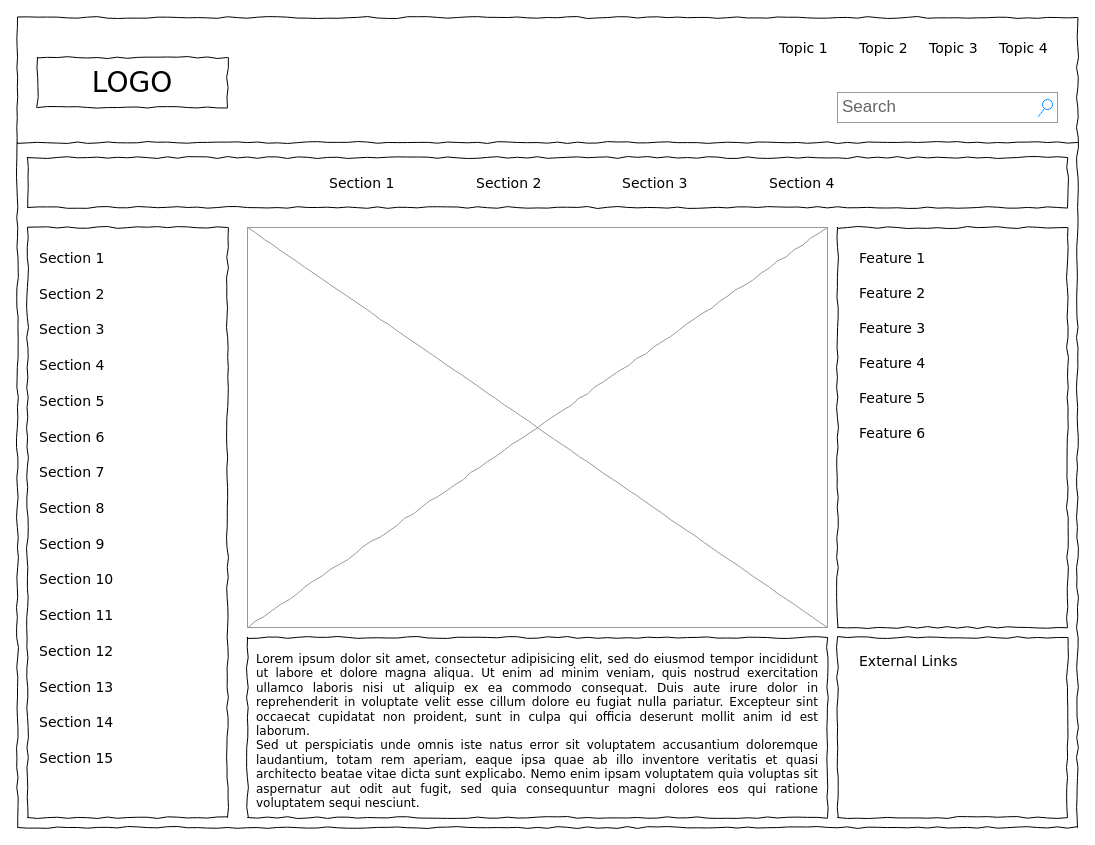
Aendrous/diagrams keeps this draw.io diagram as Dashboard Review PUD Diagram.drawio. Above is the earlier version. Source tidied: cells renumbered, new cells numbered last; positions are measured from the earlier drawing's top-left corner, leaving out a move shared by most shapes. Both pictures are drawn from the tidied source at 100%, with x=0, y=0 at pixel (17, 17). Pictures stored in the file or linked from it are replaced by grey dashed boxes.
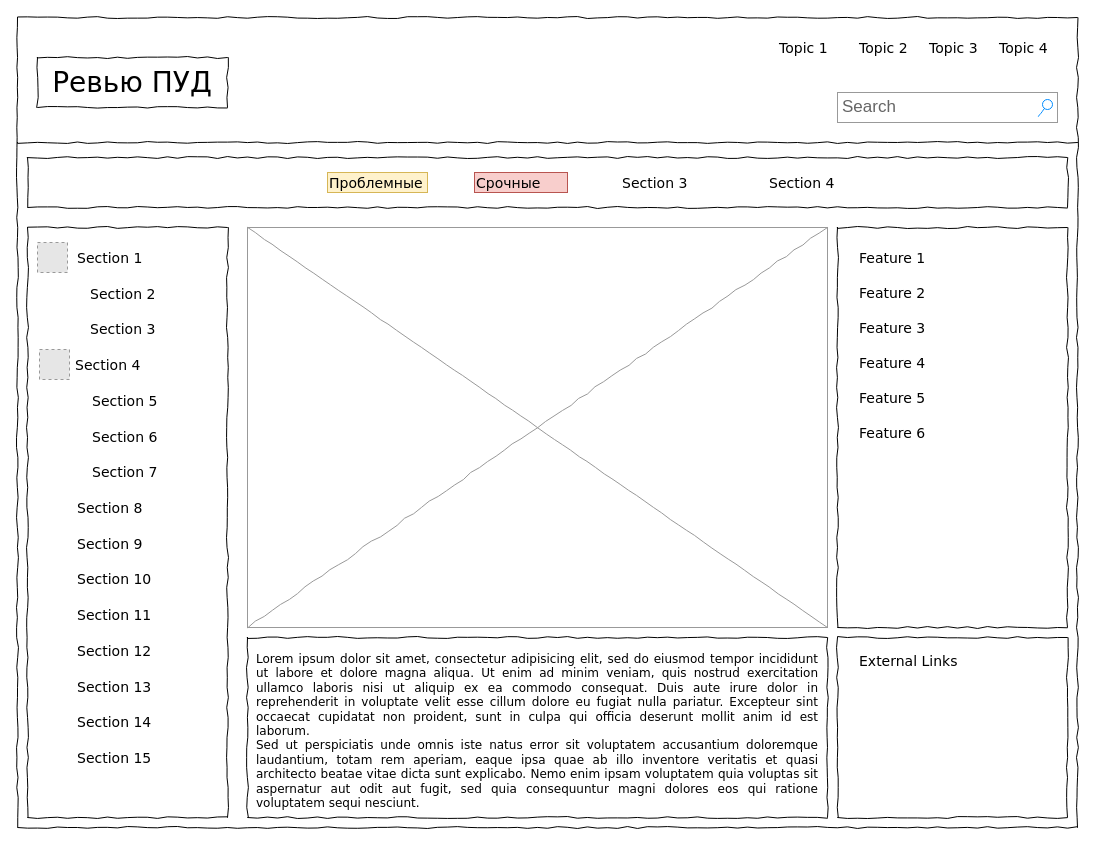
Above is the later version.

Diff of the diagram source:
```diff
@@
-    <mxCell id="3" value="LOGO" style="whiteSpace=wrap;html=1;rounded=0;shadow=0;labelBackgroundColor=none;strokeWidth=1;fontFamily=Verdana;fontSize=28;align=center;comic=1;" parent="1" vertex="1">
+    <mxCell id="3" value="Ревью ПУД" style="whiteSpace=wrap;html=1;rounded=0;shadow=0;labelBackgroundColor=none;strokeWidth=1;fontFamily=Verdana;fontSize=28;align=center;comic=1;" parent="1" vertex="1">
       <mxGeometry x="20" y="40" width="190" height="50" as="geometry" />
     </mxCell>
@@
-    <mxCell id="12" value="Section 1" style="text;html=1;align=left;verticalAlign=top;spacingTop=-4;fontSize=14;fontFamily=Verdana;" parent="1" vertex="1">
-      <mxGeometry x="310" y="155" width="60" height="20" as="geometry" />
+    <mxCell id="12" value="Проблемные" style="text;html=1;align=left;verticalAlign=top;spacingTop=-4;fontSize=14;fontFamily=Verdana;fillColor=#fff2cc;strokeColor=#d6b656;" parent="1" vertex="1">
+      <mxGeometry x="310" y="155" width="100" height="20" as="geometry" />
     </mxCell>
-    <mxCell id="13" value="Section 2" style="text;html=1;align=left;verticalAlign=top;spacingTop=-4;fontSize=14;fontFamily=Verdana;" parent="1" vertex="1">
-      <mxGeometry x="457" y="155" width="60" height="20" as="geometry" />
+    <mxCell id="13" value="Срочные" style="text;html=1;align=left;verticalAlign=top;spacingTop=-4;fontSize=14;fontFamily=Verdana;fillColor=#f8cecc;strokeColor=#b85450;" parent="1" vertex="1">
+      <mxGeometry x="457" y="155" width="93" height="20" as="geometry" />
     </mxCell>
@@
     <mxCell id="20" value="Section 1" style="text;html=1;align=left;verticalAlign=top;spacingTop=-4;fontSize=14;fontFamily=Verdana;" parent="1" vertex="1">
-      <mxGeometry x="20" y="230" width="170" height="20" as="geometry" />
+      <mxGeometry x="58" y="230" width="174" height="20" as="geometry" />
     </mxCell>
     <mxCell id="21" value="Section 2" style="text;html=1;align=left;verticalAlign=top;spacingTop=-4;fontSize=14;fontFamily=Verdana;" parent="1" vertex="1">
-      <mxGeometry x="20" y="266" width="170" height="20" as="geometry" />
+      <mxGeometry x="71" y="266" width="170" height="20" as="geometry" />
     </mxCell>
     <mxCell id="22" value="Section 3" style="text;html=1;align=left;verticalAlign=top;spacingTop=-4;fontSize=14;fontFamily=Verdana;" parent="1" vertex="1">
-      <mxGeometry x="20" y="301" width="170" height="20" as="geometry" />
+      <mxGeometry x="71" y="301" width="170" height="20" as="geometry" />
     </mxCell>
     <mxCell id="23" value="Section 4" style="text;html=1;align=left;verticalAlign=top;spacingTop=-4;fontSize=14;fontFamily=Verdana;" parent="1" vertex="1">
-      <mxGeometry x="20" y="337" width="170" height="20" as="geometry" />
+      <mxGeometry x="56" y="337" width="170" height="20" as="geometry" />
     </mxCell>
     <mxCell id="24" value="Section 7" style="text;html=1;align=left;verticalAlign=top;spacingTop=-4;fontSize=14;fontFamily=Verdana;" parent="1" vertex="1">
-      <mxGeometry x="20" y="444" width="170" height="20" as="geometry" />
+      <mxGeometry x="73" y="444" width="170" height="20" as="geometry" />
     </mxCell>
     <mxCell id="25" value="Section 8" style="text;html=1;align=left;verticalAlign=top;spacingTop=-4;fontSize=14;fontFamily=Verdana;" parent="1" vertex="1">
-      <mxGeometry x="20" y="480" width="170" height="20" as="geometry" />
+      <mxGeometry x="58" y="480" width="170" height="20" as="geometry" />
     </mxCell>
     <mxCell id="26" value="Section 9" style="text;html=1;align=left;verticalAlign=top;spacingTop=-4;fontSize=14;fontFamily=Verdana;" parent="1" vertex="1">
-      <mxGeometry x="20" y="516" width="170" height="20" as="geometry" />
+      <mxGeometry x="58" y="516" width="170" height="20" as="geometry" />
     </mxCell>
     <mxCell id="27" value="Section 10" style="text;html=1;align=left;verticalAlign=top;spacingTop=-4;fontSize=14;fontFamily=Verdana;" parent="1" vertex="1">
-      <mxGeometry x="20" y="551" width="170" height="20" as="geometry" />
+      <mxGeometry x="58" y="551" width="170" height="20" as="geometry" />
     </mxCell>
     <mxCell id="28" value="Section 11" style="text;html=1;align=left;verticalAlign=top;spacingTop=-4;fontSize=14;fontFamily=Verdana;" parent="1" vertex="1">
-      <mxGeometry x="20" y="587" width="170" height="20" as="geometry" />
+      <mxGeometry x="58" y="587" width="170" height="20" as="geometry" />
     </mxCell>
     <mxCell id="29" value="Section 12" style="text;html=1;align=left;verticalAlign=top;spacingTop=-4;fontSize=14;fontFamily=Verdana;" parent="1" vertex="1">
-      <mxGeometry x="20" y="623" width="170" height="20" as="geometry" />
+      <mxGeometry x="58" y="623" width="170" height="20" as="geometry" />
     </mxCell>
     <mxCell id="30" value="Section 13" style="text;html=1;align=left;verticalAlign=top;spacingTop=-4;fontSize=14;fontFamily=Verdana;" parent="1" vertex="1">
-      <mxGeometry x="20" y="659" width="170" height="20" as="geometry" />
+      <mxGeometry x="58" y="659" width="170" height="20" as="geometry" />
     </mxCell>
     <mxCell id="31" value="Section 14" style="text;html=1;align=left;verticalAlign=top;spacingTop=-4;fontSize=14;fontFamily=Verdana;" parent="1" vertex="1">
-      <mxGeometry x="20" y="694" width="170" height="20" as="geometry" />
+      <mxGeometry x="58" y="694" width="170" height="20" as="geometry" />
     </mxCell>
     <mxCell id="32" value="Section 5" style="text;html=1;align=left;verticalAlign=top;spacingTop=-4;fontSize=14;fontFamily=Verdana;" parent="1" vertex="1">
-      <mxGeometry x="20" y="373" width="170" height="20" as="geometry" />
+      <mxGeometry x="73" y="373" width="170" height="20" as="geometry" />
     </mxCell>
     <mxCell id="33" value="Section 6" style="text;html=1;align=left;verticalAlign=top;spacingTop=-4;fontSize=14;fontFamily=Verdana;" parent="1" vertex="1">
-      <mxGeometry x="20" y="409" width="170" height="20" as="geometry" />
+      <mxGeometry x="73" y="409" width="170" height="20" as="geometry" />
     </mxCell>
     <mxCell id="34" value="Section 15" style="text;html=1;align=left;verticalAlign=top;spacingTop=-4;fontSize=14;fontFamily=Verdana;" parent="1" vertex="1">
-      <mxGeometry x="20" y="730" width="170" height="20" as="geometry" />
+      <mxGeometry x="58" y="730" width="170" height="20" as="geometry" />
     </mxCell>
@@
+    <mxCell id="42" style="fillColor=#E6E6E6;strokeColor=#999999;dashed=1;html=1;verticalAlign=top;verticalLabelPosition=bottom;labelBackgroundColor=#ffffff;" parent="1" vertex="1">
+      <mxGeometry x="20" y="225" width="30" height="30" as="geometry" />
+    </mxCell>
+    <mxCell id="43" style="fillColor=#E6E6E6;strokeColor=#999999;dashed=1;html=1;verticalAlign=top;verticalLabelPosition=bottom;labelBackgroundColor=#ffffff;" parent="1" vertex="1">
+      <mxGeometry x="22" y="332" width="30" height="30" as="geometry" />
+    </mxCell>
```
